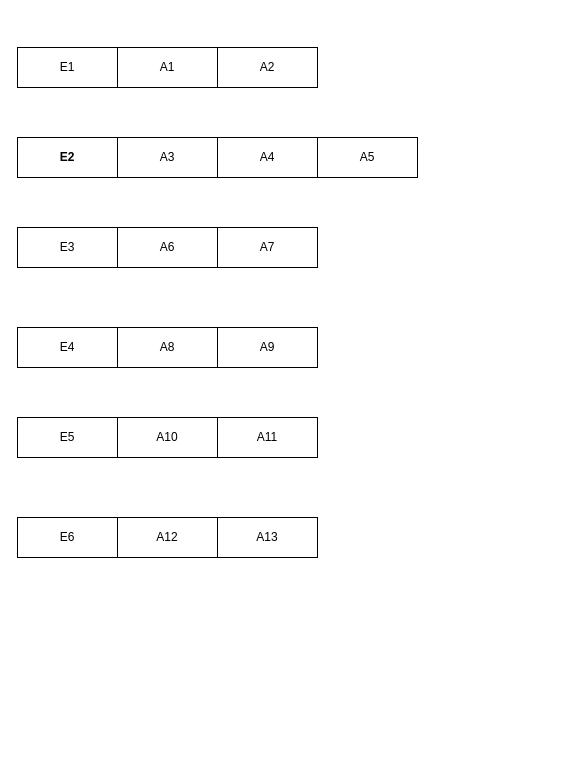
This is COMP9331/ass2.drawio from haoransshr/draw.io, a draw.io file, before an edit. Source tidied: cells renumbered, new cells numbered last; positions are measured from the earlier drawing's top-left corner, leaving out a move shared by most shapes. Both pictures are drawn from the tidied source at 100%, with x=0, y=0 at pixel (17, 47).
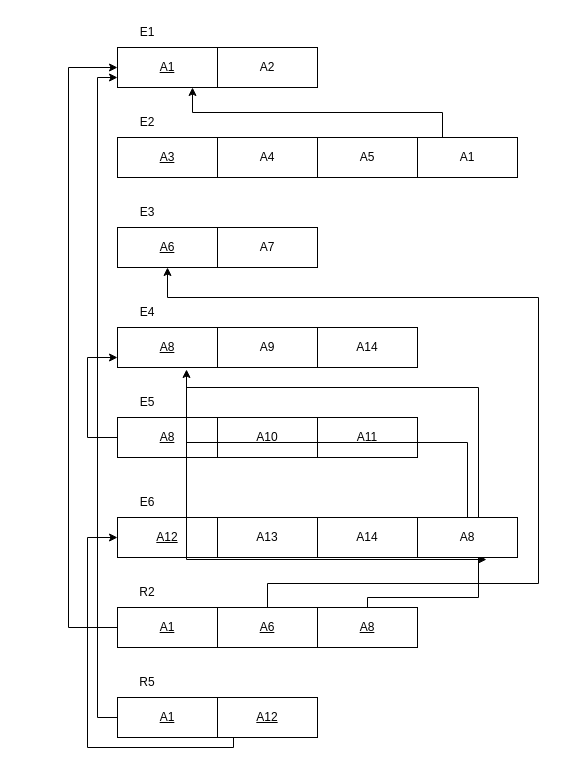
Above is the later version.

The edit, as a diff of the source:
```diff
@@
-    <mxCell id="2" value="E1" style="whiteSpace=wrap;html=1;align=center;" parent="1" vertex="1">
-      <mxGeometry width="100" height="40" as="geometry" />
-    </mxCell>
-    <mxCell id="3" value="A1" style="whiteSpace=wrap;html=1;align=center;" parent="1" vertex="1">
+    <mxCell id="3" value="A1" style="whiteSpace=wrap;html=1;align=center;fontStyle=4;" parent="1" vertex="1">
       <mxGeometry x="100" width="100" height="40" as="geometry" />
     </mxCell>
@@
-    <mxCell id="5" value="E2" style="whiteSpace=wrap;html=1;align=center;fontStyle=1;" parent="1" vertex="1">
-      <mxGeometry y="90" width="100" height="40" as="geometry" />
-    </mxCell>
-    <mxCell id="6" value="A3" style="whiteSpace=wrap;html=1;align=center;" parent="1" vertex="1">
+    <mxCell id="6" value="A3" style="whiteSpace=wrap;html=1;align=center;fontStyle=4;" parent="1" vertex="1">
       <mxGeometry x="100" y="90" width="100" height="40" as="geometry" />
     </mxCell>
@@
-    <mxCell id="9" value="E3" style="whiteSpace=wrap;html=1;align=center;" parent="1" vertex="1">
-      <mxGeometry y="180" width="100" height="40" as="geometry" />
-    </mxCell>
-    <mxCell id="10" value="A6" style="whiteSpace=wrap;html=1;align=center;" parent="1" vertex="1">
+    <mxCell id="10" value="A6" style="whiteSpace=wrap;html=1;align=center;fontStyle=4;" parent="1" vertex="1">
       <mxGeometry x="100" y="180" width="100" height="40" as="geometry" />
     </mxCell>
@@
-    <mxCell id="12" value="E4" style="whiteSpace=wrap;html=1;align=center;" parent="1" vertex="1">
-      <mxGeometry y="280" width="100" height="40" as="geometry" />
-    </mxCell>
-    <mxCell id="13" value="A8" style="whiteSpace=wrap;html=1;align=center;" parent="1" vertex="1">
+    <mxCell id="13" value="A8" style="whiteSpace=wrap;html=1;align=center;fontStyle=4;" parent="1" vertex="1">
       <mxGeometry x="100" y="280" width="100" height="40" as="geometry" />
     </mxCell>
@@
-    <mxCell id="15" value="E5" style="whiteSpace=wrap;html=1;align=center;" parent="1" vertex="1">
-      <mxGeometry y="370" width="100" height="40" as="geometry" />
-    </mxCell>
+    <mxCell id="21" style="edgeStyle=orthogonalEdgeStyle;rounded=0;jettySize=auto;html=1;exitX=0;exitY=0.5;exitDx=0;exitDy=0;entryX=0;entryY=0.75;entryDx=0;entryDy=0;" parent="1" edge="1" source="16" target="13">
+      <mxGeometry relative="1" as="geometry">
+        <Array as="points">
+          <mxPoint x="70" y="390" />
+          <mxPoint x="70" y="310" />
+        </Array>
+      </mxGeometry>
+    </mxCell>
-    <mxCell id="16" value="A10" style="whiteSpace=wrap;html=1;align=center;" parent="1" vertex="1">
+    <mxCell id="16" value="A8" style="whiteSpace=wrap;html=1;align=center;fontStyle=4;" parent="1" vertex="1">
       <mxGeometry x="100" y="370" width="100" height="40" as="geometry" />
     </mxCell>
-    <mxCell id="17" value="A11" style="whiteSpace=wrap;html=1;align=center;" parent="1" vertex="1">
+    <mxCell id="17" value="A10" style="whiteSpace=wrap;html=1;align=center;fontStyle=4;" parent="1" vertex="1">
       <mxGeometry x="200" y="370" width="100" height="40" as="geometry" />
     </mxCell>
-    <mxCell id="18" value="E6" style="whiteSpace=wrap;html=1;align=center;" parent="1" vertex="1">
-      <mxGeometry y="470" width="100" height="40" as="geometry" />
-    </mxCell>
-    <mxCell id="19" value="A12" style="whiteSpace=wrap;html=1;align=center;" parent="1" vertex="1">
+    <mxCell id="19" value="A12" style="whiteSpace=wrap;html=1;align=center;fontStyle=4;" parent="1" vertex="1">
       <mxGeometry x="100" y="470" width="100" height="40" as="geometry" />
     </mxCell>
@@
+    <mxCell id="22" value="A11" style="whiteSpace=wrap;html=1;align=center;" parent="1" vertex="1">
+      <mxGeometry x="300" y="370" width="100" height="40" as="geometry" />
+    </mxCell>
+    <mxCell id="2" value="E1" style="text;strokeColor=none;align=center;fillColor=none;html=1;verticalAlign=middle;whiteSpace=wrap;rounded=0;" parent="1" vertex="1">
+      <mxGeometry x="100" y="-30" width="60" height="30" as="geometry" />
+    </mxCell>
+    <mxCell id="5" value="E2" style="text;strokeColor=none;align=center;fillColor=none;html=1;verticalAlign=middle;whiteSpace=wrap;rounded=0;" parent="1" vertex="1">
+      <mxGeometry x="100" y="60" width="60" height="30" as="geometry" />
+    </mxCell>
+    <mxCell id="9" value="E3" style="text;strokeColor=none;align=center;fillColor=none;html=1;verticalAlign=middle;whiteSpace=wrap;rounded=0;" parent="1" vertex="1">
+      <mxGeometry x="100" y="150" width="60" height="30" as="geometry" />
+    </mxCell>
+    <mxCell id="12" value="E4" style="text;strokeColor=none;align=center;fillColor=none;html=1;verticalAlign=middle;whiteSpace=wrap;rounded=0;" parent="1" vertex="1">
+      <mxGeometry x="100" y="250" width="60" height="30" as="geometry" />
+    </mxCell>
+    <mxCell id="15" value="E5" style="text;strokeColor=none;align=center;fillColor=none;html=1;verticalAlign=middle;whiteSpace=wrap;rounded=0;" parent="1" vertex="1">
+      <mxGeometry x="100" y="340" width="60" height="30" as="geometry" />
+    </mxCell>
+    <mxCell id="18" value="E6" style="text;strokeColor=none;align=center;fillColor=none;html=1;verticalAlign=middle;whiteSpace=wrap;rounded=0;" parent="1" vertex="1">
+      <mxGeometry x="100" y="440" width="60" height="30" as="geometry" />
+    </mxCell>
+    <mxCell id="23" value="R2" style="text;strokeColor=none;align=center;fillColor=none;html=1;verticalAlign=middle;whiteSpace=wrap;rounded=0;" parent="1" vertex="1">
+      <mxGeometry x="100" y="530" width="60" height="30" as="geometry" />
+    </mxCell>
+    <mxCell id="24" style="edgeStyle=orthogonalEdgeStyle;rounded=0;jettySize=auto;html=1;exitX=0;exitY=0.5;exitDx=0;exitDy=0;entryX=0;entryY=0.5;entryDx=0;entryDy=0;" parent="1" edge="1" source="25" target="3">
+      <mxGeometry relative="1" as="geometry">
+        <Array as="points">
+          <mxPoint x="51" y="580" />
+          <mxPoint x="51" y="20" />
+        </Array>
+      </mxGeometry>
+    </mxCell>
+    <mxCell id="25" value="A1" style="whiteSpace=wrap;html=1;align=center;fontStyle=4;" parent="1" vertex="1">
+      <mxGeometry x="100" y="560" width="100" height="40" as="geometry" />
+    </mxCell>
+    <mxCell id="26" style="edgeStyle=orthogonalEdgeStyle;rounded=0;jettySize=auto;html=1;exitX=0.5;exitY=0;exitDx=0;exitDy=0;entryX=0.5;entryY=1;entryDx=0;entryDy=0;" parent="1" edge="1" source="27" target="10">
+      <mxGeometry relative="1" as="geometry">
+        <Array as="points">
+          <mxPoint x="250" y="536" />
+          <mxPoint x="521" y="536" />
+          <mxPoint x="521" y="250" />
+          <mxPoint x="150" y="250" />
+        </Array>
+      </mxGeometry>
+    </mxCell>
+    <mxCell id="27" value="A6" style="whiteSpace=wrap;html=1;align=center;fontStyle=4;" parent="1" vertex="1">
+      <mxGeometry x="200" y="560" width="100" height="40" as="geometry" />
+    </mxCell>
+    <mxCell id="28" style="edgeStyle=orthogonalEdgeStyle;rounded=0;jettySize=auto;html=1;exitX=0.5;exitY=0;exitDx=0;exitDy=0;entryX=0.69;entryY=1.05;entryDx=0;entryDy=0;entryPerimeter=0;" parent="1" edge="1" source="40" target="13">
+      <mxGeometry relative="1" as="geometry" />
+    </mxCell>
+    <mxCell id="29" value="A8" style="whiteSpace=wrap;html=1;align=center;fontStyle=4;" parent="1" vertex="1">
+      <mxGeometry x="300" y="560" width="100" height="40" as="geometry" />
+    </mxCell>
+    <mxCell id="30" style="edgeStyle=orthogonalEdgeStyle;rounded=0;jettySize=auto;html=1;exitX=0;exitY=0.5;exitDx=0;exitDy=0;entryX=0;entryY=0.75;entryDx=0;entryDy=0;" parent="1" edge="1" source="31" target="3">
+      <mxGeometry relative="1" as="geometry" />
+    </mxCell>
+    <mxCell id="31" value="A1" style="whiteSpace=wrap;html=1;align=center;fontStyle=4;" parent="1" vertex="1">
+      <mxGeometry x="100" y="650" width="100" height="40" as="geometry" />
+    </mxCell>
+    <mxCell id="32" style="edgeStyle=orthogonalEdgeStyle;rounded=0;jettySize=auto;html=1;exitX=0.25;exitY=1;exitDx=0;exitDy=0;entryX=0;entryY=0.5;entryDx=0;entryDy=0;" parent="1" edge="1" target="19">
+      <mxGeometry relative="1" as="geometry">
+        <mxPoint x="216" y="690" as="sourcePoint" />
+        <Array as="points">
+          <mxPoint x="216" y="700" />
+          <mxPoint x="70" y="700" />
+          <mxPoint x="70" y="490" />
+        </Array>
+      </mxGeometry>
+    </mxCell>
+    <mxCell id="33" value="A12" style="whiteSpace=wrap;html=1;align=center;fontStyle=4;" parent="1" vertex="1">
+      <mxGeometry x="200" y="650" width="100" height="40" as="geometry" />
+    </mxCell>
+    <mxCell id="34" value="R5" style="text;strokeColor=none;align=center;fillColor=none;html=1;verticalAlign=middle;whiteSpace=wrap;rounded=0;" parent="1" vertex="1">
+      <mxGeometry x="100" y="620" width="60" height="30" as="geometry" />
+    </mxCell>
+    <mxCell id="35" value="A14" style="whiteSpace=wrap;html=1;align=center;" parent="1" vertex="1">
+      <mxGeometry x="300" y="280" width="100" height="40" as="geometry" />
+    </mxCell>
+    <mxCell id="36" value="A14" style="whiteSpace=wrap;html=1;align=center;" parent="1" vertex="1">
+      <mxGeometry x="300" y="470" width="100" height="40" as="geometry" />
+    </mxCell>
+    <mxCell id="37" style="edgeStyle=orthogonalEdgeStyle;rounded=0;jettySize=auto;html=1;exitX=0.25;exitY=0;exitDx=0;exitDy=0;entryX=0.75;entryY=1;entryDx=0;entryDy=0;" parent="1" edge="1" source="38" target="3">
+      <mxGeometry relative="1" as="geometry" />
+    </mxCell>
+    <mxCell id="38" value="A1" style="whiteSpace=wrap;html=1;align=center;" parent="1" vertex="1">
+      <mxGeometry x="400" y="90" width="100" height="40" as="geometry" />
+    </mxCell>
+    <mxCell id="39" style="edgeStyle=orthogonalEdgeStyle;rounded=0;jettySize=auto;html=1;exitX=0.5;exitY=0;exitDx=0;exitDy=0;entryX=0.69;entryY=1.05;entryDx=0;entryDy=0;entryPerimeter=0;" parent="1" edge="1" source="29" target="40">
+      <mxGeometry relative="1" as="geometry">
+        <Array as="points">
+          <mxPoint x="350" y="550" />
+          <mxPoint x="461" y="550" />
+          <mxPoint x="461" y="340" />
+          <mxPoint x="169" y="340" />
+        </Array>
+      </mxGeometry>
+    </mxCell>
+    <mxCell id="40" value="A8" style="whiteSpace=wrap;html=1;align=center;" parent="1" vertex="1">
+      <mxGeometry x="400" y="470" width="100" height="40" as="geometry" />
+    </mxCell>
```
